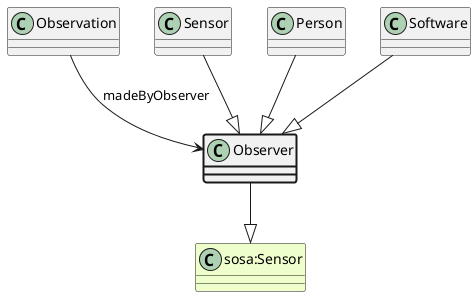
Earlier version of the PlantUML export ttl_uml/ttl_appn_Observer.png (aus-plant-phenomics-network/appn-schema).
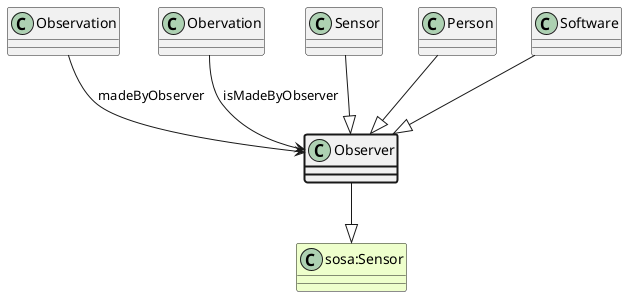
Above is the later version.

The edit, as a diff of the source:
```diff
@@ -4,6 +4,8 @@
 Observer --|> "sosa:Sensor"
 class Observation
 Observation --> Observer : madeByObserver
+class Obervation
+Obervation --> Observer : isMadeByObserver
 class Sensor
 Sensor --|> Observer
 class Person
```
